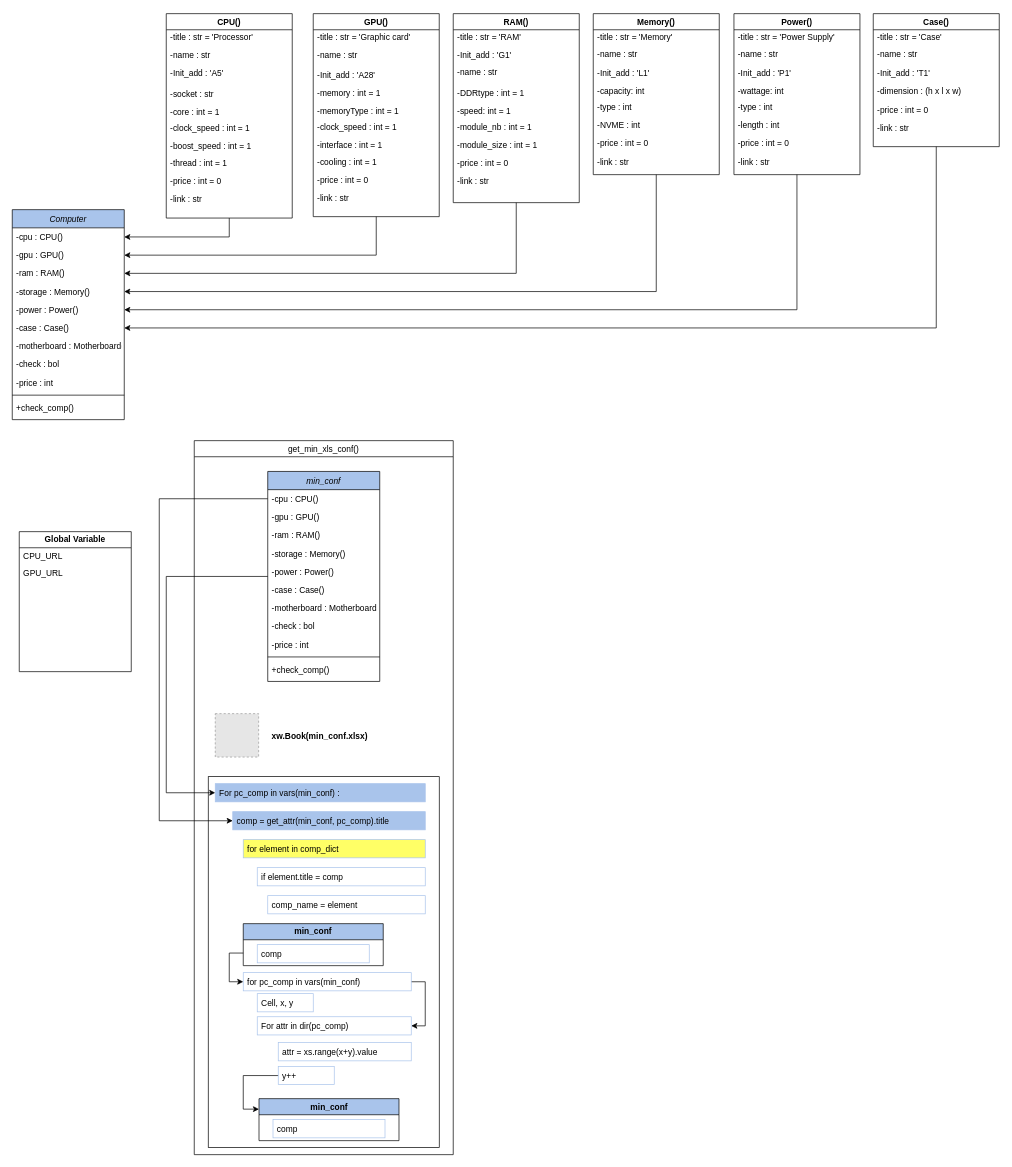
Bill-khk/PCBuilder keeps this draw.io diagram as Files/Classes.drawio. Above is the earlier version. Source tidied: cells renumbered, new cells numbered last; positions are measured from the earlier drawing's top-left corner, leaving out a move shared by most shapes. Both pictures are drawn from the tidied source at 70%, with x=0, y=0 at pixel (12, 13). Pictures stored in the file or linked from it are replaced by grey dashed boxes.
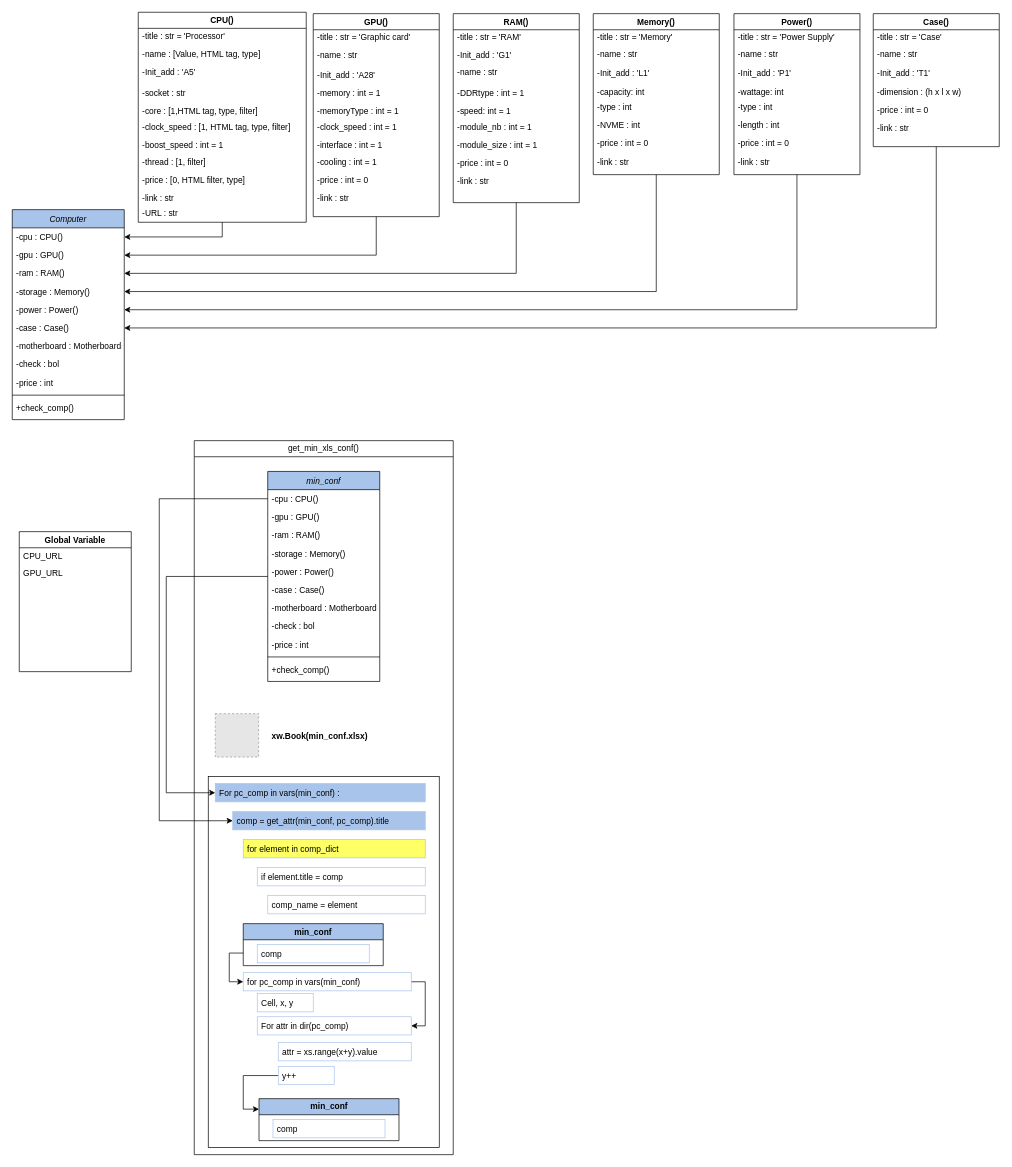
After the change.

Commit message:
Update Classes.drawio - Update CPU subclass component, HTML Tag and selenium filter

Change to the diagram source:
```diff
@@
     <mxCell id="15" value="CPU()" style="swimlane;whiteSpace=wrap;html=1;" parent="1" vertex="1">
-      <mxGeometry x="220" width="180" height="292" as="geometry" />
+      <mxGeometry x="180" y="-2" width="240" height="300" as="geometry" />
     </mxCell>
@@
-    <mxCell id="17" value="-name : str" style="text;align=left;verticalAlign=top;spacingLeft=4;spacingRight=4;overflow=hidden;" parent="15" vertex="1">
-      <mxGeometry y="46" width="160" height="26" as="geometry" />
+    <mxCell id="17" value="-name : [Value, HTML tag, type]&#10;" style="text;align=left;verticalAlign=top;spacingLeft=4;spacingRight=4;overflow=hidden;" parent="15" vertex="1">
+      <mxGeometry y="46" width="200" height="26" as="geometry" />
     </mxCell>
@@
-    <mxCell id="19" value="-core : int = 1" style="text;align=left;verticalAlign=top;spacingLeft=4;spacingRight=4;overflow=hidden;" parent="15" vertex="1">
-      <mxGeometry y="128" width="160" height="26" as="geometry" />
+    <mxCell id="19" value="-core : [1,HTML tag, type, filter]" style="text;align=left;verticalAlign=top;spacingLeft=4;spacingRight=4;overflow=hidden;" parent="15" vertex="1">
+      <mxGeometry y="128" width="200" height="26" as="geometry" />
     </mxCell>
-    <mxCell id="20" value="-clock_speed : int = 1" style="text;align=left;verticalAlign=top;spacingLeft=4;spacingRight=4;overflow=hidden;" parent="15" vertex="1">
-      <mxGeometry y="150" width="160" height="26" as="geometry" />
+    <mxCell id="20" value="-clock_speed : [1, HTML tag, type, filter]" style="text;align=left;verticalAlign=top;spacingLeft=4;spacingRight=4;overflow=hidden;" parent="15" vertex="1">
+      <mxGeometry y="150" width="240" height="26" as="geometry" />
     </mxCell>
@@
-    <mxCell id="22" value="-thread : int = 1" style="text;align=left;verticalAlign=top;spacingLeft=4;spacingRight=4;overflow=hidden;" parent="15" vertex="1">
+    <mxCell id="22" value="-thread : [1, filter]" style="text;align=left;verticalAlign=top;spacingLeft=4;spacingRight=4;overflow=hidden;" parent="15" vertex="1">
       <mxGeometry y="200" width="160" height="26" as="geometry" />
     </mxCell>
-    <mxCell id="23" value="-price : int = 0" style="text;align=left;verticalAlign=top;spacingLeft=4;spacingRight=4;overflow=hidden;" parent="15" vertex="1">
+    <mxCell id="23" value="-price : [0, HTML filter, type]" style="text;align=left;verticalAlign=top;spacingLeft=4;spacingRight=4;overflow=hidden;" parent="15" vertex="1">
       <mxGeometry y="226" width="160" height="26" as="geometry" />
     </mxCell>
@@
+    <mxCell id="115" value="-URL : str" style="text;align=left;verticalAlign=top;spacingLeft=4;spacingRight=4;overflow=hidden;" parent="15" vertex="1">
+      <mxGeometry y="274" width="160" height="26" as="geometry" />
+    </mxCell>
```
